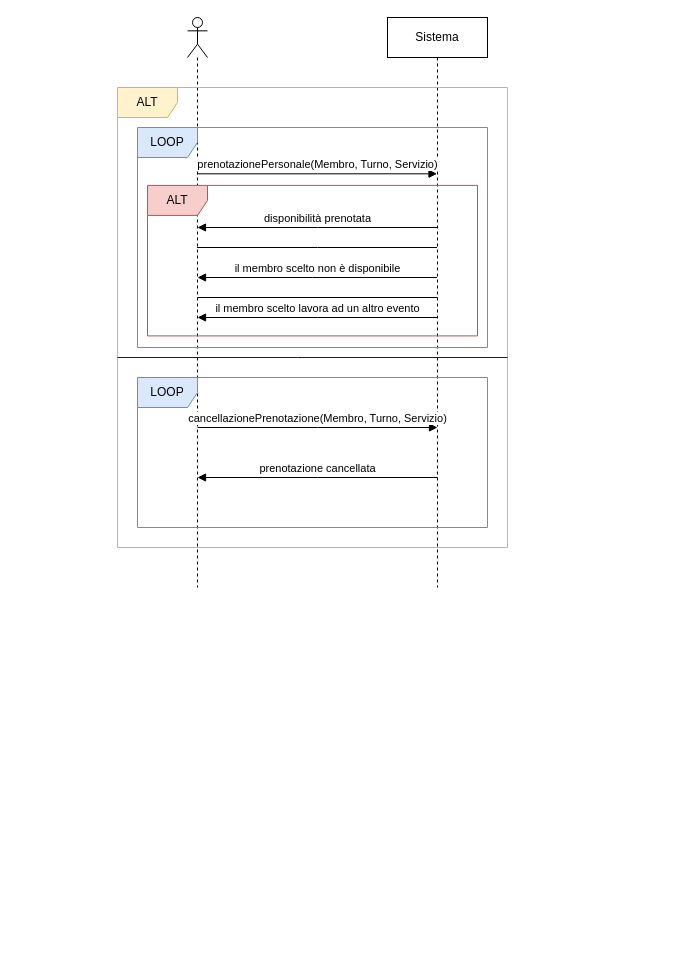
Above: Requisiti/SSD/SSD_Estensione_4.drawio in Giacca01/CateRingProject (draw.io), before the change. Source tidied: cells renumbered, new cells numbered last; positions are measured from the earlier drawing's top-left corner, leaving out a move shared by most shapes. Both pictures are drawn from the tidied source at 100%, with x=0, y=0 at pixel (117, 17).
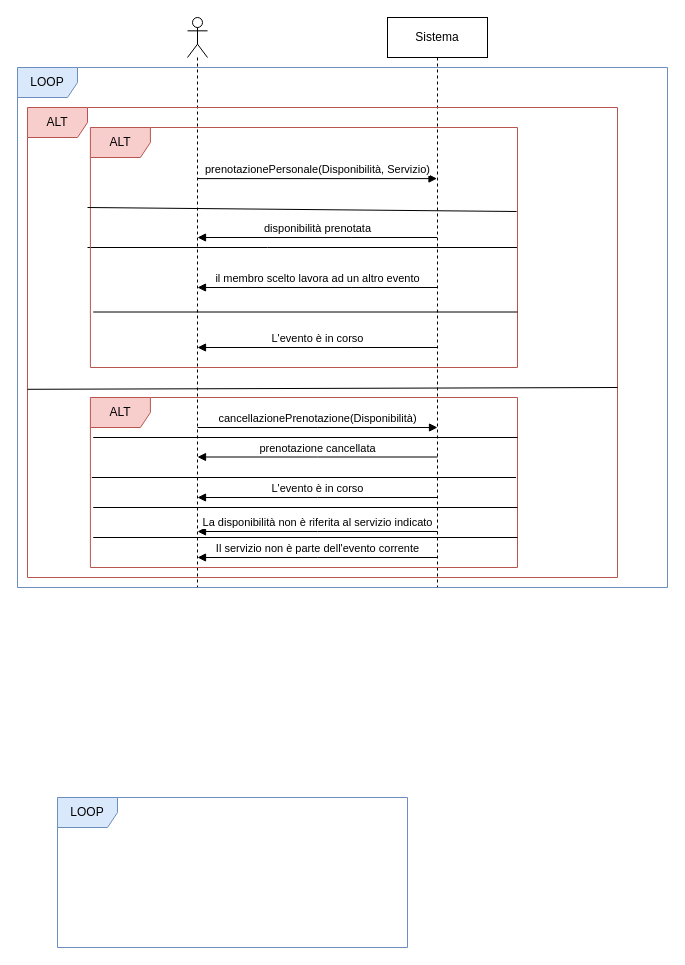
Above is the later version.

The change refers to these unchanged cells:
```xml
<mxCell id="2" style="shape=umlLifeline;perimeter=lifelinePerimeter;whiteSpace=wrap;html=1;outlineConnect=0;portConstraint=eastwest;newEdgeStyle={&quot;edgeStyle&quot;:&quot;elbowEdgeStyle&quot;,&quot;elbow&quot;:&quot;vertical&quot;,&quot;curved&quot;:0,&quot;rounded&quot;:0};participant=umlActor;" parent="1" vertex="1">
  <mxGeometry x="70" width="20" height="570" as="geometry" />
</mxCell>
<mxCell id="3" value="Sistema" style="shape=umlLifeline;perimeter=lifelinePerimeter;whiteSpace=wrap;html=1;outlineConnect=0;portConstraint=eastwest;newEdgeStyle={&quot;edgeStyle&quot;:&quot;elbowEdgeStyle&quot;,&quot;elbow&quot;:&quot;vertical&quot;,&quot;curved&quot;:0,&quot;rounded&quot;:0};" parent="1" vertex="1">
  <mxGeometry x="270" width="100" height="570" as="geometry" />
</mxCell>
```

Change to the diagram source:
```diff
@@
-    <mxCell id="4" value="ALT" style="shape=umlFrame;whiteSpace=wrap;html=1;fillColor=#fff2cc;strokeColor=#d6b656;" parent="1" vertex="1">
-      <mxGeometry y="70" width="390" height="460" as="geometry" />
-    </mxCell>
-    <mxCell id="5" style="endArrow=none;endFill=0;endSize=12;html=1;rounded=0;strokeColor=#0000FF;" parent="1" edge="1">
+    <mxCell id="5" style="endArrow=none;endFill=0;endSize=12;html=1;rounded=0;strokeColor=default;" parent="1" edge="1">
       <mxGeometry relative="1" as="geometry">
-        <mxPoint y="340" as="sourcePoint" />
-        <mxPoint x="390" y="340" as="targetPoint" />
+        <mxPoint x="-30" y="230" as="sourcePoint" />
+        <mxPoint x="400" y="230" as="targetPoint" />
         <Array as="points">
-          <mxPoint x="180" y="340" />
+          <mxPoint x="150" y="230" />
         </Array>
       </mxGeometry>
     </mxCell>
-    <mxCell id="6" style="group;" parent="1" vertex="1">
-      <mxGeometry x="20" y="110" width="350" height="220" as="geometry" />
-    </mxCell>
-    <mxCell id="7" value="LOOP" style="shape=umlFrame;whiteSpace=wrap;html=1;fillColor=#dae8fc;strokeColor=#6c8ebf;" parent="6" vertex="1">
-      <mxGeometry width="350" height="220" as="geometry" />
-    </mxCell>
-    <mxCell id="8" value="prenotazionePersonale(Membro, Turno, Servizio)" style="html=1;verticalAlign=bottom;endArrow=block;edgeStyle=elbowEdgeStyle;elbow=vertical;curved=0;rounded=0;" parent="6" edge="1" source="2" target="3">
-      <mxGeometry relative="1" as="geometry">
-        <Array as="points">
-          <mxPoint x="180" y="46.3" />
-        </Array>
-      </mxGeometry>
-    </mxCell>
-    <mxCell id="9" style="endArrow=none;endFill=0;endSize=12;html=1;rounded=0;startArrow=none;startFill=0;" parent="6" edge="1" source="2" target="3">
-      <mxGeometry relative="1" as="geometry">
-        <Array as="points">
-          <mxPoint x="180" y="120" />
-        </Array>
-      </mxGeometry>
-    </mxCell>
-    <mxCell id="10" value="ALT" style="shape=umlFrame;whiteSpace=wrap;html=1;fillColor=#f8cecc;strokeColor=#b85450;" parent="6" vertex="1">
-      <mxGeometry x="10" y="57.9" width="330" height="150.5" as="geometry" />
-    </mxCell>
-    <mxCell id="11" value="disponibilità prenotata" style="html=1;verticalAlign=bottom;endArrow=none;edgeStyle=elbowEdgeStyle;elbow=vertical;curved=0;rounded=0;startArrow=block;startFill=1;endFill=0;" parent="6" edge="1">
-      <mxGeometry relative="1" as="geometry">
-        <mxPoint x="60" y="100" as="sourcePoint" />
-        <mxPoint x="300" y="100" as="targetPoint" />
-        <Array as="points">
-          <mxPoint x="180" y="100" />
-        </Array>
-      </mxGeometry>
-    </mxCell>
-    <mxCell id="12" value="il membro scelto non è disponibile" style="html=1;verticalAlign=bottom;endArrow=none;edgeStyle=elbowEdgeStyle;elbow=vertical;curved=0;rounded=0;startArrow=block;startFill=1;endFill=0;" parent="6" edge="1" target="3">
-      <mxGeometry relative="1" as="geometry">
-        <mxPoint x="60" y="150" as="sourcePoint" />
-        <Array as="points">
-          <mxPoint x="175" y="150" />
-        </Array>
-      </mxGeometry>
-    </mxCell>
-    <mxCell id="13" style="endArrow=none;endFill=0;endSize=12;html=1;rounded=0;startArrow=none;startFill=0;" parent="6" edge="1">
-      <mxGeometry relative="1" as="geometry">
-        <mxPoint x="60" y="170" as="sourcePoint" />
-        <mxPoint x="300" y="170" as="targetPoint" />
-      </mxGeometry>
-    </mxCell>
-    <mxCell id="14" value="il membro scelto lavora ad un altro evento" style="html=1;verticalAlign=bottom;endArrow=none;edgeStyle=elbowEdgeStyle;elbow=vertical;curved=0;rounded=0;startArrow=block;startFill=1;endFill=0;" parent="6" edge="1">
-      <mxGeometry relative="1" as="geometry">
-        <mxPoint x="60" y="190" as="sourcePoint" />
-        <mxPoint x="300" y="190" as="targetPoint" />
-        <Array as="points">
-          <mxPoint x="180" y="190" />
-        </Array>
-      </mxGeometry>
-    </mxCell>
     <mxCell id="15" value="LOOP" style="shape=umlFrame;whiteSpace=wrap;html=1;fillColor=#dae8fc;strokeColor=#6c8ebf;" parent="1" vertex="1">
-      <mxGeometry x="20" y="360" width="350" height="150" as="geometry" />
+      <mxGeometry x="-60" y="780" width="350" height="150" as="geometry" />
     </mxCell>
-    <mxCell id="16" value="cancellazionePrenotazione(Membro, Turno, Servizio)" style="html=1;verticalAlign=bottom;endArrow=block;edgeStyle=elbowEdgeStyle;elbow=vertical;curved=0;rounded=0;" parent="1" edge="1">
+    <mxCell id="16" value="cancellazionePrenotazione(Disponibilità)" style="html=1;verticalAlign=bottom;endArrow=block;edgeStyle=elbowEdgeStyle;elbow=vertical;curved=0;rounded=0;" parent="1" edge="1">
       <mxGeometry relative="1" as="geometry">
         <mxPoint x="80" y="410" as="sourcePoint" />
         <mxPoint x="320" y="410" as="targetPoint" />
         <Array as="points">
           <mxPoint x="200" y="410" />
         </Array>
       </mxGeometry>
     </mxCell>
     <mxCell id="17" value="prenotazione cancellata" style="html=1;verticalAlign=bottom;endArrow=none;edgeStyle=elbowEdgeStyle;elbow=vertical;curved=0;rounded=0;startArrow=block;startFill=1;endFill=0;" parent="1" edge="1">
       <mxGeometry relative="1" as="geometry">
-        <mxPoint x="80" y="460" as="sourcePoint" />
-        <mxPoint x="320" y="460" as="targetPoint" />
+        <mxPoint x="80" y="439.5" as="sourcePoint" />
+        <mxPoint x="320" y="439.5" as="targetPoint" />
         <Array as="points">
-          <mxPoint x="200" y="460" />
+          <mxPoint x="200" y="439.5" />
         </Array>
       </mxGeometry>
     </mxCell>
+    <mxCell id="7" value="LOOP" style="shape=umlFrame;whiteSpace=wrap;html=1;fillColor=#dae8fc;strokeColor=#6c8ebf;" parent="1" vertex="1">
+      <mxGeometry x="-100" y="50" width="650" height="520" as="geometry" />
+    </mxCell>
+    <mxCell id="8" value="prenotazionePersonale(Disponibilità, Servizio)" style="html=1;verticalAlign=bottom;endArrow=block;edgeStyle=elbowEdgeStyle;elbow=vertical;curved=0;rounded=0;" parent="1" edge="1" source="2" target="3">
+      <mxGeometry relative="1" as="geometry">
+        <Array as="points">
+          <mxPoint x="191.4" y="161.1" />
+        </Array>
+      </mxGeometry>
+    </mxCell>
+    <mxCell id="10" value="ALT" style="shape=umlFrame;whiteSpace=wrap;html=1;fillColor=#f8cecc;strokeColor=#b85450;" parent="1" vertex="1">
+      <mxGeometry x="-27.1" y="110" width="427.1" height="240" as="geometry" />
+    </mxCell>
+    <mxCell id="11" value="disponibilità prenotata" style="html=1;verticalAlign=bottom;endArrow=none;edgeStyle=elbowEdgeStyle;elbow=vertical;curved=0;rounded=0;startArrow=block;startFill=1;endFill=0;" parent="1" edge="1" target="3">
+      <mxGeometry relative="1" as="geometry">
+        <mxPoint x="80" y="220" as="sourcePoint" />
+        <Array as="points">
+          <mxPoint x="234.3" y="220" />
+        </Array>
+      </mxGeometry>
+    </mxCell>
+    <mxCell id="14" value="il membro scelto lavora ad un altro evento" style="html=1;verticalAlign=bottom;endArrow=none;edgeStyle=elbowEdgeStyle;elbow=vertical;curved=0;rounded=0;startArrow=block;startFill=1;endFill=0;" parent="1" edge="1">
+      <mxGeometry relative="1" as="geometry">
+        <mxPoint x="80" y="270" as="sourcePoint" />
+        <mxPoint x="320" y="270" as="targetPoint" />
+        <Array as="points">
+          <mxPoint x="234.3" y="270" />
+        </Array>
+      </mxGeometry>
+    </mxCell>
+    <mxCell id="9" style="endArrow=none;endFill=0;endSize=12;html=1;rounded=0;startArrow=none;startFill=0;entryX=0.998;entryY=0.35;entryDx=0;entryDy=0;entryPerimeter=0;" parent="1" edge="1" target="10">
+      <mxGeometry relative="1" as="geometry">
+        <mxPoint x="-30" y="190" as="sourcePoint" />
+      </mxGeometry>
+    </mxCell>
+    <mxCell id="18" value="ALT" style="shape=umlFrame;whiteSpace=wrap;html=1;fillColor=#f8cecc;strokeColor=#b85450;" parent="1" vertex="1">
+      <mxGeometry x="-90" y="90" width="590" height="470" as="geometry" />
+    </mxCell>
+    <mxCell id="19" style="endArrow=none;html=1;rounded=0;exitX=0.003;exitY=0.63;exitDx=0;exitDy=0;exitPerimeter=0;entryX=1.003;entryY=0.626;entryDx=0;entryDy=0;entryPerimeter=0;" parent="1" edge="1">
+      <mxGeometry relative="1" as="geometry">
+        <mxPoint x="-90" y="371.8" as="sourcePoint" />
+        <mxPoint x="500" y="370" as="targetPoint" />
+      </mxGeometry>
+    </mxCell>
+    <mxCell id="20" style="endArrow=none;endFill=0;endSize=12;html=1;rounded=0;startArrow=none;startFill=0;exitX=-0.006;exitY=0.745;exitDx=0;exitDy=0;exitPerimeter=0;entryX=0.994;entryY=0.745;entryDx=0;entryDy=0;entryPerimeter=0;" parent="1" edge="1">
+      <mxGeometry relative="1" as="geometry">
+        <mxPoint x="-24.3" y="294.5" as="sourcePoint" />
+        <mxPoint x="400" y="294.5" as="targetPoint" />
+      </mxGeometry>
+    </mxCell>
+    <mxCell id="21" value="L'evento è in corso" style="html=1;verticalAlign=bottom;endArrow=none;edgeStyle=elbowEdgeStyle;elbow=vertical;curved=0;rounded=0;startArrow=block;startFill=1;endFill=0;" parent="1" edge="1">
+      <mxGeometry relative="1" as="geometry">
+        <mxPoint x="80" y="330" as="sourcePoint" />
+        <mxPoint x="320" y="330" as="targetPoint" />
+        <Array as="points">
+          <mxPoint x="234.3" y="330" />
+        </Array>
+      </mxGeometry>
+    </mxCell>
+    <mxCell id="22" value="ALT" style="shape=umlFrame;whiteSpace=wrap;html=1;fillColor=#f8cecc;strokeColor=#b85450;" parent="1" vertex="1">
+      <mxGeometry x="-27.1" y="380" width="427.1" height="170" as="geometry" />
+    </mxCell>
+    <mxCell id="23" style="endArrow=none;endFill=0;endSize=12;html=1;rounded=0;startArrow=none;startFill=0;exitX=-0.006;exitY=0.745;exitDx=0;exitDy=0;exitPerimeter=0;entryX=0.994;entryY=0.745;entryDx=0;entryDy=0;entryPerimeter=0;" parent="1" edge="1">
+      <mxGeometry relative="1" as="geometry">
+        <mxPoint x="-24.3" y="420" as="sourcePoint" />
+        <mxPoint x="400" y="420" as="targetPoint" />
+      </mxGeometry>
+    </mxCell>
+    <mxCell id="24" style="endArrow=none;endFill=0;endSize=12;html=1;rounded=0;startArrow=none;startFill=0;exitX=-0.006;exitY=0.745;exitDx=0;exitDy=0;exitPerimeter=0;entryX=0.994;entryY=0.745;entryDx=0;entryDy=0;entryPerimeter=0;" parent="1" edge="1">
+      <mxGeometry relative="1" as="geometry">
+        <mxPoint x="-25.7" y="460" as="sourcePoint" />
+        <mxPoint x="398.6" y="460" as="targetPoint" />
+      </mxGeometry>
+    </mxCell>
+    <mxCell id="25" value="L'evento è in corso" style="html=1;verticalAlign=bottom;endArrow=none;edgeStyle=elbowEdgeStyle;elbow=vertical;curved=0;rounded=0;startArrow=block;startFill=1;endFill=0;" parent="1" edge="1">
+      <mxGeometry relative="1" as="geometry">
+        <mxPoint x="80" y="480" as="sourcePoint" />
+        <mxPoint x="320" y="480" as="targetPoint" />
+        <Array as="points">
+          <mxPoint x="200" y="480" />
+        </Array>
+      </mxGeometry>
+    </mxCell>
+    <mxCell id="26" style="endArrow=none;endFill=0;endSize=12;html=1;rounded=0;startArrow=none;startFill=0;exitX=-0.006;exitY=0.745;exitDx=0;exitDy=0;exitPerimeter=0;entryX=0.994;entryY=0.745;entryDx=0;entryDy=0;entryPerimeter=0;" parent="1" edge="1">
+      <mxGeometry relative="1" as="geometry">
+        <mxPoint x="-24.3" y="490" as="sourcePoint" />
+        <mxPoint x="400" y="490" as="targetPoint" />
+      </mxGeometry>
+    </mxCell>
+    <mxCell id="27" value="La disponibilità non è riferita al servizio indicato" style="html=1;verticalAlign=bottom;endArrow=none;edgeStyle=elbowEdgeStyle;elbow=vertical;curved=0;rounded=0;startArrow=block;startFill=1;endFill=0;" parent="1" edge="1">
+      <mxGeometry relative="1" as="geometry">
+        <mxPoint x="80" y="514" as="sourcePoint" />
+        <mxPoint x="320" y="514" as="targetPoint" />
+        <Array as="points">
+          <mxPoint x="200" y="514" />
+        </Array>
+      </mxGeometry>
+    </mxCell>
+    <mxCell id="28" style="endArrow=none;endFill=0;endSize=12;html=1;rounded=0;startArrow=none;startFill=0;exitX=-0.006;exitY=0.745;exitDx=0;exitDy=0;exitPerimeter=0;entryX=0.994;entryY=0.745;entryDx=0;entryDy=0;entryPerimeter=0;" parent="1" edge="1">
+      <mxGeometry relative="1" as="geometry">
+        <mxPoint x="-24.3" y="520" as="sourcePoint" />
+        <mxPoint x="400" y="520" as="targetPoint" />
+      </mxGeometry>
+    </mxCell>
+    <mxCell id="29" value="Il servizio non è parte dell'evento corrente" style="html=1;verticalAlign=bottom;endArrow=none;edgeStyle=elbowEdgeStyle;elbow=vertical;curved=0;rounded=0;startArrow=block;startFill=1;endFill=0;" parent="1" edge="1">
+      <mxGeometry relative="1" as="geometry">
+        <mxPoint x="80" y="540" as="sourcePoint" />
+        <mxPoint x="320" y="540" as="targetPoint" />
+        <Array as="points">
+          <mxPoint x="200" y="540" />
+        </Array>
+      </mxGeometry>
+    </mxCell>
```
